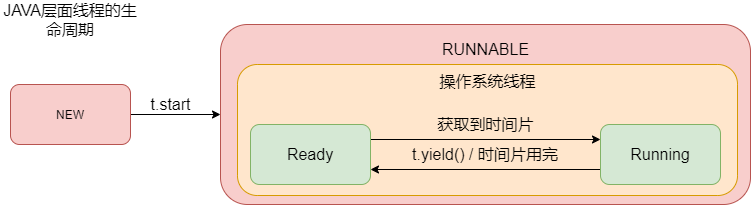
Earlier version of the draw.io export 多线程与高并发/java_thread.png (LePeitiPrince/note-picture). Source tidied: cells renumbered, new cells last; positions are measured from the earlier drawing's top-left corner, leaving out a move shared by most shapes.
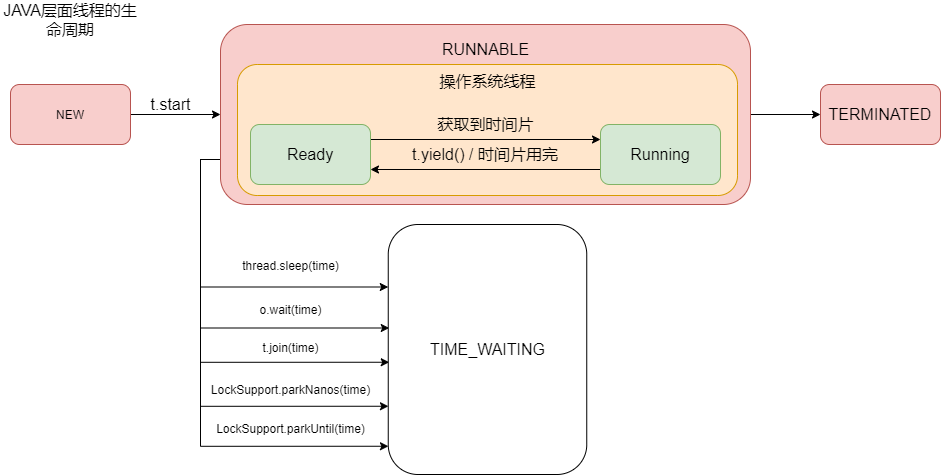
After the change.

What changed in the source:
```diff
@@ -2,6 +2,24 @@
   <root>
     <mxCell id="0" />
     <mxCell id="1" parent="0" />
+    <mxCell id="16" style="edgeStyle=orthogonalEdgeStyle;rounded=0;jettySize=auto;html=1;exitX=1;exitY=0.5;exitDx=0;exitDy=0;fontSize=16;" parent="1" edge="1" source="2" target="22">
+      <mxGeometry relative="1" as="geometry" />
+    </mxCell>
+    <mxCell id="17" style="edgeStyle=orthogonalEdgeStyle;rounded=0;jettySize=auto;html=1;exitX=0;exitY=0.75;exitDx=0;exitDy=0;entryX=0;entryY=0.25;entryDx=0;entryDy=0;fontSize=16;" parent="1" edge="1" source="2" target="23">
+      <mxGeometry relative="1" as="geometry" />
+    </mxCell>
+    <mxCell id="18" style="edgeStyle=orthogonalEdgeStyle;rounded=0;jettySize=auto;html=1;exitX=0;exitY=0.75;exitDx=0;exitDy=0;entryX=0.005;entryY=0.414;entryDx=0;entryDy=0;entryPerimeter=0;fontSize=16;" parent="1" edge="1" source="2" target="23">
+      <mxGeometry relative="1" as="geometry" />
+    </mxCell>
+    <mxCell id="19" style="edgeStyle=orthogonalEdgeStyle;rounded=0;jettySize=auto;html=1;exitX=0;exitY=0.75;exitDx=0;exitDy=0;entryX=0.005;entryY=0.551;entryDx=0;entryDy=0;entryPerimeter=0;fontSize=16;" parent="1" edge="1" source="2" target="23">
+      <mxGeometry relative="1" as="geometry" />
+    </mxCell>
+    <mxCell id="20" style="edgeStyle=orthogonalEdgeStyle;rounded=0;jettySize=auto;html=1;exitX=0;exitY=0.75;exitDx=0;exitDy=0;entryX=0.001;entryY=0.727;entryDx=0;entryDy=0;fontSize=16;entryPerimeter=0;" parent="1" edge="1" source="2" target="23">
+      <mxGeometry relative="1" as="geometry" />
+    </mxCell>
+    <mxCell id="21" style="edgeStyle=orthogonalEdgeStyle;rounded=0;jettySize=auto;html=1;exitX=0;exitY=0.75;exitDx=0;exitDy=0;entryX=0.001;entryY=0.887;entryDx=0;entryDy=0;entryPerimeter=0;fontSize=16;" parent="1" edge="1" source="2" target="23">
+      <mxGeometry relative="1" as="geometry" />
+    </mxCell>
     <mxCell id="2" style="rounded=1;whiteSpace=wrap;html=1;fontSize=16;fillColor=#f8cecc;strokeColor=#b85450;" parent="1" vertex="1">
       <mxGeometry x="220" y="20" width="530" height="180" as="geometry" />
     </mxCell>
@@ -46,5 +64,26 @@
     <mxCell id="15" value="操作系统线程" style="text;html=1;strokeColor=none;fillColor=none;align=center;verticalAlign=middle;whiteSpace=wrap;rounded=0;fontSize=16;" parent="1" vertex="1">
       <mxGeometry x="434.5" y="62" width="105" height="30" as="geometry" />
     </mxCell>
+    <mxCell id="22" value="TERMINATED" style="rounded=1;whiteSpace=wrap;html=1;fontSize=16;strokeColor=#b85450;fillColor=#f8cecc;" parent="1" vertex="1">
+      <mxGeometry x="820" y="80" width="120" height="60" as="geometry" />
+    </mxCell>
+    <mxCell id="23" value="TIME_WAITING" style="rounded=1;whiteSpace=wrap;html=1;fontSize=16;strokeColor=#000000;fillColor=default;" parent="1" vertex="1">
+      <mxGeometry x="387.8" y="220" width="198.5" height="250" as="geometry" />
+    </mxCell>
+    <mxCell id="24" value="&lt;font style=&quot;font-size: 12px&quot;&gt;thread.sleep(time)&lt;/font&gt;" style="text;html=1;align=center;verticalAlign=middle;strokeColor=none;fillColor=none;fontSize=16;" parent="1" vertex="1">
+      <mxGeometry x="235" y="250" width="110" height="20" as="geometry" />
+    </mxCell>
+    <mxCell id="25" value="&lt;font style=&quot;font-size: 12px&quot;&gt;o.wait(time)&lt;/font&gt;" style="text;html=1;align=center;verticalAlign=middle;strokeColor=none;fillColor=none;fontSize=16;" parent="1" vertex="1">
+      <mxGeometry x="250" y="294" width="80" height="20" as="geometry" />
+    </mxCell>
+    <mxCell id="26" value="&lt;font style=&quot;font-size: 12px&quot;&gt;t.join(time)&lt;/font&gt;" style="text;html=1;align=center;verticalAlign=middle;strokeColor=none;fillColor=none;fontSize=16;" parent="1" vertex="1">
+      <mxGeometry x="255" y="332" width="70" height="20" as="geometry" />
+    </mxCell>
+    <mxCell id="27" value="&lt;font style=&quot;font-size: 12px&quot;&gt;LockSupport.parkNanos(time)&lt;/font&gt;" style="text;html=1;align=center;verticalAlign=middle;strokeColor=none;fillColor=none;fontSize=16;" parent="1" vertex="1">
+      <mxGeometry x="205" y="374" width="170" height="20" as="geometry" />
+    </mxCell>
+    <mxCell id="28" value="&lt;font style=&quot;font-size: 12px&quot;&gt;LockSupport.parkUntil(time)&lt;/font&gt;" style="text;html=1;align=center;verticalAlign=middle;strokeColor=none;fillColor=none;fontSize=16;" parent="1" vertex="1">
+      <mxGeometry x="210" y="413" width="160" height="20" as="geometry" />
+    </mxCell>
   </root>
 </mxGraphModel>
```
